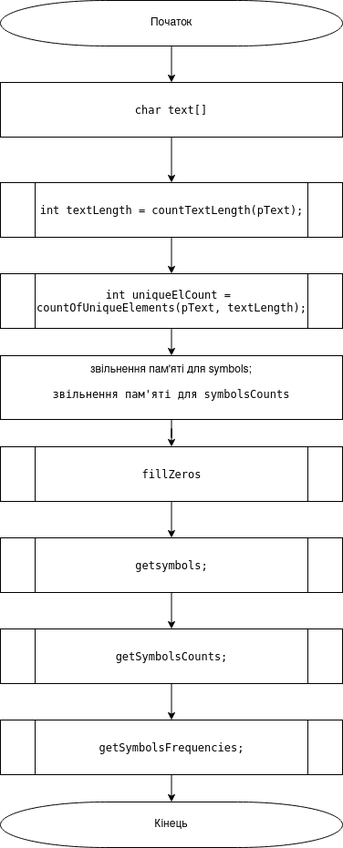
belchinskaya/Programming-Belchinska keeps this draw.io diagram as lab14/doc/assets/main.c.png. Above is the earlier version. Source tidied: cells renumbered, new cells last; positions are measured from the earlier drawing's top-left corner, leaving out a move shared by most shapes. The source it was exported from:
```xml
<mxGraphModel>
  <root>
    <mxCell id="0" />
    <mxCell id="1" parent="0" />
    <mxCell id="2" style="edgeStyle=orthogonalEdgeStyle;rounded=0;jettySize=auto;html=1;exitX=0.5;exitY=1;exitDx=0;exitDy=0;exitPerimeter=0;" parent="1" edge="1" source="3" target="5">
      <mxGeometry relative="1" as="geometry" />
    </mxCell>
    <mxCell id="3" value="Початок" style="strokeWidth=1;html=1;shape=mxgraph.flowchart.terminator;whiteSpace=wrap;" parent="1" vertex="1">
      <mxGeometry width="375" height="50" as="geometry" />
    </mxCell>
    <mxCell id="4" style="edgeStyle=orthogonalEdgeStyle;rounded=0;jettySize=auto;html=1;exitX=0.5;exitY=1;exitDx=0;exitDy=0;" parent="1" edge="1" source="5" target="7">
      <mxGeometry relative="1" as="geometry" />
    </mxCell>
    <mxCell id="5" value="&lt;pre style=&quot;font-family: &amp;#34;jetbrains mono&amp;#34; , monospace&quot;&gt;&lt;span style=&quot;background-color: rgb(255 , 255 , 255)&quot;&gt;char text[]&lt;/span&gt;&lt;/pre&gt;" style="rounded=0;whiteSpace=wrap;html=1;" parent="1" vertex="1">
      <mxGeometry y="90" width="375" height="60" as="geometry" />
    </mxCell>
    <mxCell id="6" style="edgeStyle=orthogonalEdgeStyle;rounded=0;jettySize=auto;html=1;exitX=0.5;exitY=1;exitDx=0;exitDy=0;" parent="1" edge="1" source="7" target="11">
      <mxGeometry relative="1" as="geometry" />
    </mxCell>
    <mxCell id="7" value="&lt;pre style=&quot;font-family: &amp;#34;jetbrains mono&amp;#34; , monospace&quot;&gt;&lt;span style=&quot;background-color: rgb(255 , 255 , 255)&quot;&gt;int textLength = countTextLength(pText);&lt;/span&gt;&lt;/pre&gt;" style="shape=process;whiteSpace=wrap;html=1;backgroundOutline=1;strokeWidth=1;" parent="1" vertex="1">
      <mxGeometry y="200" width="375" height="60" as="geometry" />
    </mxCell>
    <mxCell id="8" style="edgeStyle=orthogonalEdgeStyle;rounded=0;jettySize=auto;html=1;exitX=0.5;exitY=1;exitDx=0;exitDy=0;" parent="1" edge="1" source="9" target="13">
      <mxGeometry relative="1" as="geometry" />
    </mxCell>
    <mxCell id="9" value="&lt;div&gt;&lt;span style=&quot;background-color: rgb(255 , 255 , 255)&quot;&gt;звільнення пам'яті для symbols;&lt;/span&gt;&lt;/div&gt;&lt;div&gt;&lt;pre style=&quot;font-family: &amp;#34;jetbrains mono&amp;#34; , monospace&quot;&gt;&lt;span style=&quot;background-color: rgb(255 , 255 , 255)&quot;&gt;звільнення пам'яті для symbolsCounts&lt;/span&gt;&lt;/pre&gt;&lt;span style=&quot;background-color: rgb(255 , 255 , 255)&quot;&gt;&lt;/span&gt;&lt;/div&gt;" style="rounded=0;whiteSpace=wrap;html=1;strokeWidth=1;" parent="1" vertex="1">
      <mxGeometry y="390" width="375" height="70" as="geometry" />
    </mxCell>
    <mxCell id="10" style="edgeStyle=orthogonalEdgeStyle;rounded=0;jettySize=auto;html=1;exitX=0.5;exitY=1;exitDx=0;exitDy=0;entryX=0.5;entryY=0;entryDx=0;entryDy=0;" parent="1" edge="1" source="11" target="9">
      <mxGeometry relative="1" as="geometry" />
    </mxCell>
    <mxCell id="11" value="&lt;pre style=&quot;font-family: &amp;#34;jetbrains mono&amp;#34; , monospace&quot;&gt;&lt;span style=&quot;background-color: rgb(255 , 255 , 255)&quot;&gt;int uniqueElCount = &lt;br&gt;&lt;/span&gt;&lt;span style=&quot;background-color: rgb(255 , 255 , 255)&quot;&gt;countOfUniqueElements(pText, textLength);&lt;/span&gt;&lt;/pre&gt;" style="shape=process;whiteSpace=wrap;html=1;backgroundOutline=1;strokeWidth=1;" parent="1" vertex="1">
      <mxGeometry y="300" width="375" height="60" as="geometry" />
    </mxCell>
    <mxCell id="12" style="edgeStyle=orthogonalEdgeStyle;rounded=0;jettySize=auto;html=1;exitX=0.5;exitY=1;exitDx=0;exitDy=0;" parent="1" edge="1" source="13" target="15">
      <mxGeometry relative="1" as="geometry" />
    </mxCell>
    <mxCell id="13" value="&lt;pre style=&quot;font-family: &amp;#34;jetbrains mono&amp;#34; , monospace&quot;&gt;&lt;span style=&quot;background-color: rgb(255 , 255 , 255)&quot;&gt;fillZeros&lt;/span&gt;&lt;/pre&gt;" style="shape=process;whiteSpace=wrap;html=1;backgroundOutline=1;strokeWidth=1;" parent="1" vertex="1">
      <mxGeometry y="490" width="375" height="60" as="geometry" />
    </mxCell>
    <mxCell id="14" style="edgeStyle=orthogonalEdgeStyle;rounded=0;jettySize=auto;html=1;exitX=0.5;exitY=1;exitDx=0;exitDy=0;entryX=0.5;entryY=0;entryDx=0;entryDy=0;" parent="1" edge="1" source="15" target="17">
      <mxGeometry relative="1" as="geometry" />
    </mxCell>
    <mxCell id="15" value="&lt;pre style=&quot;font-family: &amp;#34;jetbrains mono&amp;#34; , monospace&quot;&gt;&lt;span style=&quot;background-color: rgb(255 , 255 , 255)&quot;&gt;getsymbols;&lt;/span&gt;&lt;/pre&gt;" style="shape=process;whiteSpace=wrap;html=1;backgroundOutline=1;strokeWidth=1;" parent="1" vertex="1">
      <mxGeometry y="590" width="375" height="60" as="geometry" />
    </mxCell>
    <mxCell id="16" style="edgeStyle=orthogonalEdgeStyle;rounded=0;jettySize=auto;html=1;exitX=0.5;exitY=1;exitDx=0;exitDy=0;entryX=0.5;entryY=0;entryDx=0;entryDy=0;" parent="1" edge="1" source="17" target="19">
      <mxGeometry relative="1" as="geometry" />
    </mxCell>
    <mxCell id="17" value="&lt;pre style=&quot;font-family: &amp;#34;jetbrains mono&amp;#34; , monospace&quot;&gt;&lt;span style=&quot;background-color: rgb(255 , 255 , 255)&quot;&gt;getSymbolsCounts;&lt;/span&gt;&lt;/pre&gt;" style="shape=process;whiteSpace=wrap;html=1;backgroundOutline=1;strokeWidth=1;" parent="1" vertex="1">
      <mxGeometry y="690" width="375" height="60" as="geometry" />
    </mxCell>
    <mxCell id="18" style="edgeStyle=orthogonalEdgeStyle;rounded=0;jettySize=auto;html=1;exitX=0.5;exitY=1;exitDx=0;exitDy=0;entryX=0.5;entryY=0;entryDx=0;entryDy=0;entryPerimeter=0;" parent="1" edge="1" source="19" target="20">
      <mxGeometry relative="1" as="geometry" />
    </mxCell>
    <mxCell id="19" value="&lt;pre style=&quot;font-family: &amp;#34;jetbrains mono&amp;#34; , monospace&quot;&gt;&lt;span style=&quot;background-color: rgb(255 , 255 , 255)&quot;&gt;getSymbolsFrequencies;&lt;/span&gt;&lt;/pre&gt;" style="shape=process;whiteSpace=wrap;html=1;backgroundOutline=1;strokeWidth=1;" parent="1" vertex="1">
      <mxGeometry y="790" width="375" height="60" as="geometry" />
    </mxCell>
    <mxCell id="20" value="Кінець" style="strokeWidth=1;html=1;shape=mxgraph.flowchart.terminator;whiteSpace=wrap;" parent="1" vertex="1">
      <mxGeometry y="880" width="375" height="50" as="geometry" />
    </mxCell>
  </root>
</mxGraphModel>
```
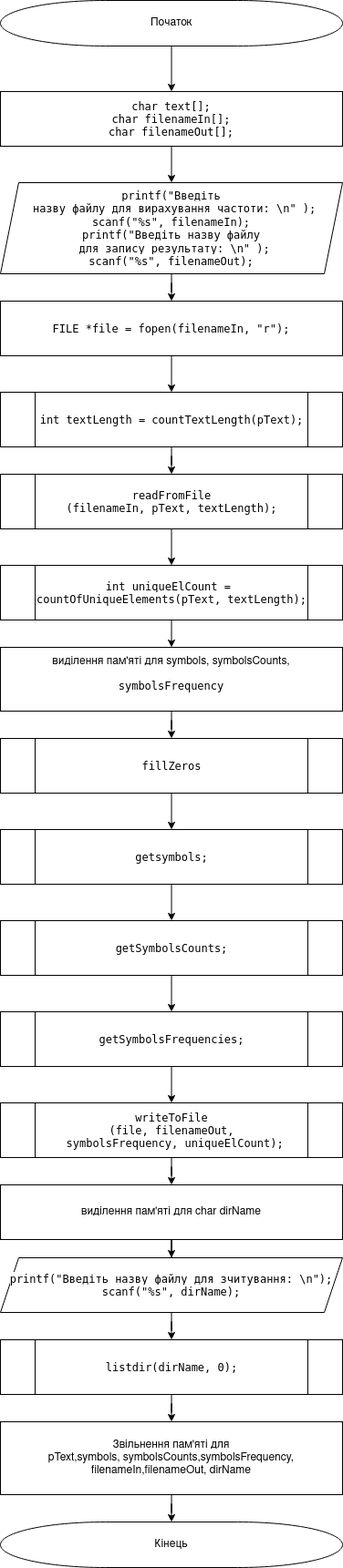
After the change.

Change to the diagram source:
```diff
@@ -2,28 +2,28 @@
   <root>
     <mxCell id="0" />
     <mxCell id="1" parent="0" />
-    <mxCell id="2" style="edgeStyle=orthogonalEdgeStyle;rounded=0;jettySize=auto;html=1;exitX=0.5;exitY=1;exitDx=0;exitDy=0;exitPerimeter=0;" parent="1" edge="1" source="3" target="5">
+    <mxCell id="2" style="edgeStyle=orthogonalEdgeStyle;rounded=0;jettySize=auto;html=1;entryX=0.5;entryY=0;entryDx=0;entryDy=0;" parent="1" edge="1" source="3" target="5">
       <mxGeometry relative="1" as="geometry" />
     </mxCell>
     <mxCell id="3" value="Початок" style="strokeWidth=1;html=1;shape=mxgraph.flowchart.terminator;whiteSpace=wrap;" parent="1" vertex="1">
-      <mxGeometry width="375" height="50" as="geometry" />
+      <mxGeometry y="-320" width="375" height="50" as="geometry" />
     </mxCell>
-    <mxCell id="4" style="edgeStyle=orthogonalEdgeStyle;rounded=0;jettySize=auto;html=1;exitX=0.5;exitY=1;exitDx=0;exitDy=0;" parent="1" edge="1" source="5" target="7">
-      <mxGeometry relative="1" as="geometry" />
-    </mxCell>
+    <mxCell id="21" style="edgeStyle=orthogonalEdgeStyle;rounded=0;jettySize=auto;html=1;exitX=0.5;exitY=1;exitDx=0;exitDy=0;" parent="1" edge="1" source="5" target="25">
+      <mxGeometry relative="1" as="geometry" />
+    </mxCell>
-    <mxCell id="5" value="&lt;pre style=&quot;font-family: &amp;#34;jetbrains mono&amp;#34; , monospace&quot;&gt;&lt;span style=&quot;background-color: rgb(255 , 255 , 255)&quot;&gt;char text[]&lt;/span&gt;&lt;/pre&gt;" style="rounded=0;whiteSpace=wrap;html=1;" parent="1" vertex="1">
-      <mxGeometry y="90" width="375" height="60" as="geometry" />
+    <mxCell id="5" value="&lt;pre style=&quot;font-family: &amp;#34;jetbrains mono&amp;#34; , monospace&quot;&gt;&lt;span style=&quot;background-color: rgb(255 , 255 , 255)&quot;&gt;char text[];&lt;br&gt;char filenameIn[];&lt;br&gt;char filenameOut[];&lt;br&gt;&lt;/span&gt;&lt;/pre&gt;" style="rounded=0;whiteSpace=wrap;html=1;" parent="1" vertex="1">
+      <mxGeometry y="-220" width="375" height="60" as="geometry" />
     </mxCell>
-    <mxCell id="6" style="edgeStyle=orthogonalEdgeStyle;rounded=0;jettySize=auto;html=1;exitX=0.5;exitY=1;exitDx=0;exitDy=0;" parent="1" edge="1" source="7" target="11">
-      <mxGeometry relative="1" as="geometry" />
-    </mxCell>
+    <mxCell id="22" style="edgeStyle=orthogonalEdgeStyle;rounded=0;jettySize=auto;html=1;exitX=0.5;exitY=1;exitDx=0;exitDy=0;" parent="1" edge="1" source="7" target="29">
+      <mxGeometry relative="1" as="geometry" />
+    </mxCell>
     <mxCell id="7" value="&lt;pre style=&quot;font-family: &amp;#34;jetbrains mono&amp;#34; , monospace&quot;&gt;&lt;span style=&quot;background-color: rgb(255 , 255 , 255)&quot;&gt;int textLength = countTextLength(pText);&lt;/span&gt;&lt;/pre&gt;" style="shape=process;whiteSpace=wrap;html=1;backgroundOutline=1;strokeWidth=1;" parent="1" vertex="1">
-      <mxGeometry y="200" width="375" height="60" as="geometry" />
+      <mxGeometry y="110" width="375" height="60" as="geometry" />
     </mxCell>
     <mxCell id="8" style="edgeStyle=orthogonalEdgeStyle;rounded=0;jettySize=auto;html=1;exitX=0.5;exitY=1;exitDx=0;exitDy=0;" parent="1" edge="1" source="9" target="13">
       <mxGeometry relative="1" as="geometry" />
     </mxCell>
-    <mxCell id="9" value="&lt;div&gt;&lt;span style=&quot;background-color: rgb(255 , 255 , 255)&quot;&gt;звільнення пам'яті для symbols;&lt;/span&gt;&lt;/div&gt;&lt;div&gt;&lt;pre style=&quot;font-family: &amp;#34;jetbrains mono&amp;#34; , monospace&quot;&gt;&lt;span style=&quot;background-color: rgb(255 , 255 , 255)&quot;&gt;звільнення пам'яті для symbolsCounts&lt;/span&gt;&lt;/pre&gt;&lt;span style=&quot;background-color: rgb(255 , 255 , 255)&quot;&gt;&lt;/span&gt;&lt;/div&gt;" style="rounded=0;whiteSpace=wrap;html=1;strokeWidth=1;" parent="1" vertex="1">
+    <mxCell id="9" value="&lt;div&gt;&lt;span style=&quot;background-color: rgb(255 , 255 , 255)&quot;&gt;виділення пам'яті для symbols, symbolsCounts, &lt;/span&gt;&lt;pre style=&quot;font-family: &amp;#34;jetbrains mono&amp;#34; , monospace&quot;&gt;&lt;span style=&quot;background-color: rgb(255 , 255 , 255)&quot;&gt;symbolsFrequency&lt;/span&gt;&lt;/pre&gt;&lt;/div&gt;" style="rounded=0;whiteSpace=wrap;html=1;strokeWidth=1;" parent="1" vertex="1">
       <mxGeometry y="390" width="375" height="70" as="geometry" />
     </mxCell>
     <mxCell id="10" style="edgeStyle=orthogonalEdgeStyle;rounded=0;jettySize=auto;html=1;exitX=0.5;exitY=1;exitDx=0;exitDy=0;entryX=0.5;entryY=0;entryDx=0;entryDy=0;" parent="1" edge="1" source="11" target="9">
@@ -50,14 +50,62 @@
     <mxCell id="17" value="&lt;pre style=&quot;font-family: &amp;#34;jetbrains mono&amp;#34; , monospace&quot;&gt;&lt;span style=&quot;background-color: rgb(255 , 255 , 255)&quot;&gt;getSymbolsCounts;&lt;/span&gt;&lt;/pre&gt;" style="shape=process;whiteSpace=wrap;html=1;backgroundOutline=1;strokeWidth=1;" parent="1" vertex="1">
       <mxGeometry y="690" width="375" height="60" as="geometry" />
     </mxCell>
-    <mxCell id="18" style="edgeStyle=orthogonalEdgeStyle;rounded=0;jettySize=auto;html=1;exitX=0.5;exitY=1;exitDx=0;exitDy=0;entryX=0.5;entryY=0;entryDx=0;entryDy=0;entryPerimeter=0;" parent="1" edge="1" source="19" target="20">
-      <mxGeometry relative="1" as="geometry" />
-    </mxCell>
+    <mxCell id="23" style="edgeStyle=orthogonalEdgeStyle;rounded=0;jettySize=auto;html=1;exitX=0.5;exitY=1;exitDx=0;exitDy=0;" parent="1" edge="1" source="19" target="31">
+      <mxGeometry relative="1" as="geometry" />
+    </mxCell>
     <mxCell id="19" value="&lt;pre style=&quot;font-family: &amp;#34;jetbrains mono&amp;#34; , monospace&quot;&gt;&lt;span style=&quot;background-color: rgb(255 , 255 , 255)&quot;&gt;getSymbolsFrequencies;&lt;/span&gt;&lt;/pre&gt;" style="shape=process;whiteSpace=wrap;html=1;backgroundOutline=1;strokeWidth=1;" parent="1" vertex="1">
       <mxGeometry y="790" width="375" height="60" as="geometry" />
     </mxCell>
     <mxCell id="20" value="Кінець" style="strokeWidth=1;html=1;shape=mxgraph.flowchart.terminator;whiteSpace=wrap;" parent="1" vertex="1">
-      <mxGeometry y="880" width="375" height="50" as="geometry" />
+      <mxGeometry y="1350" width="375" height="50" as="geometry" />
     </mxCell>
+    <mxCell id="24" style="edgeStyle=orthogonalEdgeStyle;rounded=0;jettySize=auto;html=1;exitX=0.5;exitY=1;exitDx=0;exitDy=0;" parent="1" edge="1" source="25" target="27">
+      <mxGeometry relative="1" as="geometry" />
+    </mxCell>
+    <mxCell id="25" value="&lt;pre style=&quot;font-family: &amp;#34;jetbrains mono&amp;#34; , monospace&quot;&gt;&lt;span style=&quot;background-color: rgb(255 , 255 , 255)&quot;&gt;printf(&quot;Введіть&lt;br&gt; назву файлу для вирахування частоти: \n&quot; );&lt;br&gt;scanf(&quot;%s&quot;, filenameIn);&lt;br&gt;printf(&quot;Введіть назву файлу&lt;br&gt; для запису результату: \n&quot; );&lt;br&gt;scanf(&quot;%s&quot;, filenameOut);&lt;/span&gt;&lt;/pre&gt;" style="shape=parallelogram;perimeter=parallelogramPerimeter;whiteSpace=wrap;html=1;fixedSize=1;" parent="1" vertex="1">
+      <mxGeometry y="-120" width="375" height="100" as="geometry" />
+    </mxCell>
+    <mxCell id="26" style="edgeStyle=orthogonalEdgeStyle;rounded=0;jettySize=auto;html=1;exitX=0.5;exitY=1;exitDx=0;exitDy=0;" parent="1" edge="1" source="27" target="7">
+      <mxGeometry relative="1" as="geometry" />
+    </mxCell>
+    <mxCell id="27" value="&lt;pre style=&quot;font-family: &amp;#34;jetbrains mono&amp;#34; , monospace&quot;&gt;&lt;span style=&quot;background-color: rgb(255 , 255 , 255)&quot;&gt;FILE *file = fopen(filenameIn, &quot;r&quot;);&lt;/span&gt;&lt;/pre&gt;" style="rounded=0;whiteSpace=wrap;html=1;" parent="1" vertex="1">
+      <mxGeometry y="10" width="375" height="60" as="geometry" />
+    </mxCell>
+    <mxCell id="28" style="edgeStyle=orthogonalEdgeStyle;rounded=0;jettySize=auto;html=1;exitX=0.5;exitY=1;exitDx=0;exitDy=0;" parent="1" edge="1" source="29" target="11">
+      <mxGeometry relative="1" as="geometry" />
+    </mxCell>
+    <mxCell id="29" value="&lt;pre style=&quot;font-family: &amp;#34;jetbrains mono&amp;#34; , monospace&quot;&gt;&lt;span style=&quot;background-color: rgb(255 , 255 , 255)&quot;&gt;readFromFile&lt;br&gt;(filenameIn, pText, textLength);&lt;/span&gt;&lt;/pre&gt;" style="shape=process;whiteSpace=wrap;html=1;backgroundOutline=1;" parent="1" vertex="1">
+      <mxGeometry y="200" width="375" height="60" as="geometry" />
+    </mxCell>
+    <mxCell id="30" style="edgeStyle=orthogonalEdgeStyle;rounded=0;jettySize=auto;html=1;exitX=0.5;exitY=1;exitDx=0;exitDy=0;" parent="1" edge="1" source="31" target="33">
+      <mxGeometry relative="1" as="geometry" />
+    </mxCell>
+    <mxCell id="31" value="&lt;pre style=&quot;font-family: &amp;#34;jetbrains mono&amp;#34; , monospace&quot;&gt;&lt;span style=&quot;background-color: rgb(255 , 255 , 255)&quot;&gt;writeToFile&lt;br&gt;(file, filenameOut,&lt;br&gt; symbolsFrequency, uniqueElCount);&lt;/span&gt;&lt;/pre&gt;" style="shape=process;whiteSpace=wrap;html=1;backgroundOutline=1;" parent="1" vertex="1">
+      <mxGeometry y="890" width="375" height="60" as="geometry" />
+    </mxCell>
+    <mxCell id="32" style="edgeStyle=orthogonalEdgeStyle;rounded=0;jettySize=auto;html=1;exitX=0.5;exitY=1;exitDx=0;exitDy=0;" parent="1" edge="1" source="33" target="35">
+      <mxGeometry relative="1" as="geometry" />
+    </mxCell>
+    <mxCell id="33" value="&lt;div&gt;&lt;span style=&quot;background-color: rgb(255 , 255 , 255)&quot;&gt;виділення пам'яті для char dirName&lt;br&gt;&lt;/span&gt;&lt;/div&gt;" style="rounded=0;whiteSpace=wrap;html=1;strokeWidth=1;" parent="1" vertex="1">
+      <mxGeometry y="980" width="375" height="60" as="geometry" />
+    </mxCell>
+    <mxCell id="34" style="edgeStyle=orthogonalEdgeStyle;rounded=0;jettySize=auto;html=1;exitX=0.5;exitY=1;exitDx=0;exitDy=0;" parent="1" edge="1" source="35" target="37">
+      <mxGeometry relative="1" as="geometry" />
+    </mxCell>
+    <mxCell id="35" value="&lt;pre style=&quot;font-family: &amp;#34;jetbrains mono&amp;#34; , monospace&quot;&gt;&lt;span style=&quot;background-color: rgb(255 , 255 , 255)&quot;&gt;printf(&quot;Введіть назву файлу для зчитування: \n&quot;);&lt;br&gt;scanf(&quot;%s&quot;, dirName);&lt;/span&gt;&lt;/pre&gt;" style="shape=parallelogram;perimeter=parallelogramPerimeter;whiteSpace=wrap;html=1;fixedSize=1;" parent="1" vertex="1">
+      <mxGeometry y="1060" width="375" height="60" as="geometry" />
+    </mxCell>
+    <mxCell id="36" style="edgeStyle=orthogonalEdgeStyle;rounded=0;jettySize=auto;html=1;exitX=0.5;exitY=1;exitDx=0;exitDy=0;" parent="1" edge="1" source="37" target="39">
+      <mxGeometry relative="1" as="geometry" />
+    </mxCell>
+    <mxCell id="37" value="&lt;pre style=&quot;font-family: &amp;#34;jetbrains mono&amp;#34; , monospace&quot;&gt;&lt;span style=&quot;background-color: rgb(255 , 255 , 255)&quot;&gt;listdir(dirName, 0);&lt;/span&gt;&lt;/pre&gt;" style="shape=process;whiteSpace=wrap;html=1;backgroundOutline=1;" parent="1" vertex="1">
+      <mxGeometry y="1150" width="375" height="60" as="geometry" />
+    </mxCell>
+    <mxCell id="38" style="edgeStyle=orthogonalEdgeStyle;rounded=0;jettySize=auto;html=1;exitX=0.5;exitY=1;exitDx=0;exitDy=0;" parent="1" edge="1" source="39" target="20">
+      <mxGeometry relative="1" as="geometry" />
+    </mxCell>
+    <mxCell id="39" value="&lt;div&gt;&lt;span style=&quot;background-color: rgb(255 , 255 , 255)&quot;&gt;Звільнення пам'яті для &lt;br&gt;&lt;/span&gt;&lt;/div&gt;&lt;div&gt;&lt;span style=&quot;background-color: rgb(255 , 255 , 255)&quot;&gt;pText,symbols, symbolsCounts,symbolsFrequency,&lt;/span&gt;&lt;span style=&quot;background-color: rgb(255 , 255 , 255)&quot;&gt;&lt;br&gt;&lt;/span&gt;&lt;/div&gt;&lt;div&gt;&lt;span style=&quot;background-color: rgb(255 , 255 , 255)&quot;&gt;filenameIn,filenameOut, dirName&lt;/span&gt;&lt;/div&gt;" style="rounded=0;whiteSpace=wrap;html=1;" parent="1" vertex="1">
+      <mxGeometry y="1240" width="375" height="80" as="geometry" />
+    </mxCell>
   </root>
 </mxGraphModel>
```
